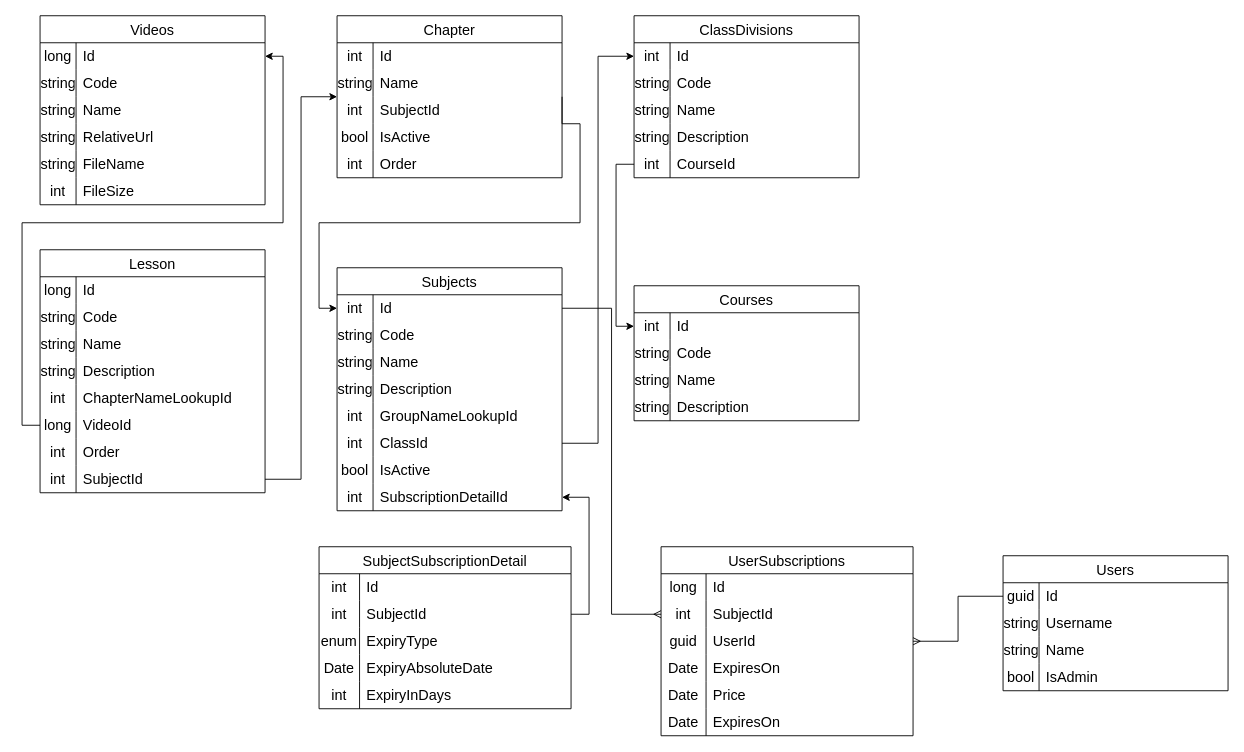
nakulLukan/ELearning keeps this draw.io diagram as er-diagram.drawio. Above is the earlier version. Source tidied: cells renumbered, new cells numbered last; positions are measured from the earlier drawing's top-left corner, leaving out a move shared by most shapes. Both pictures are drawn from the tidied source at 90%, with x=0, y=0 at pixel (22, 15).
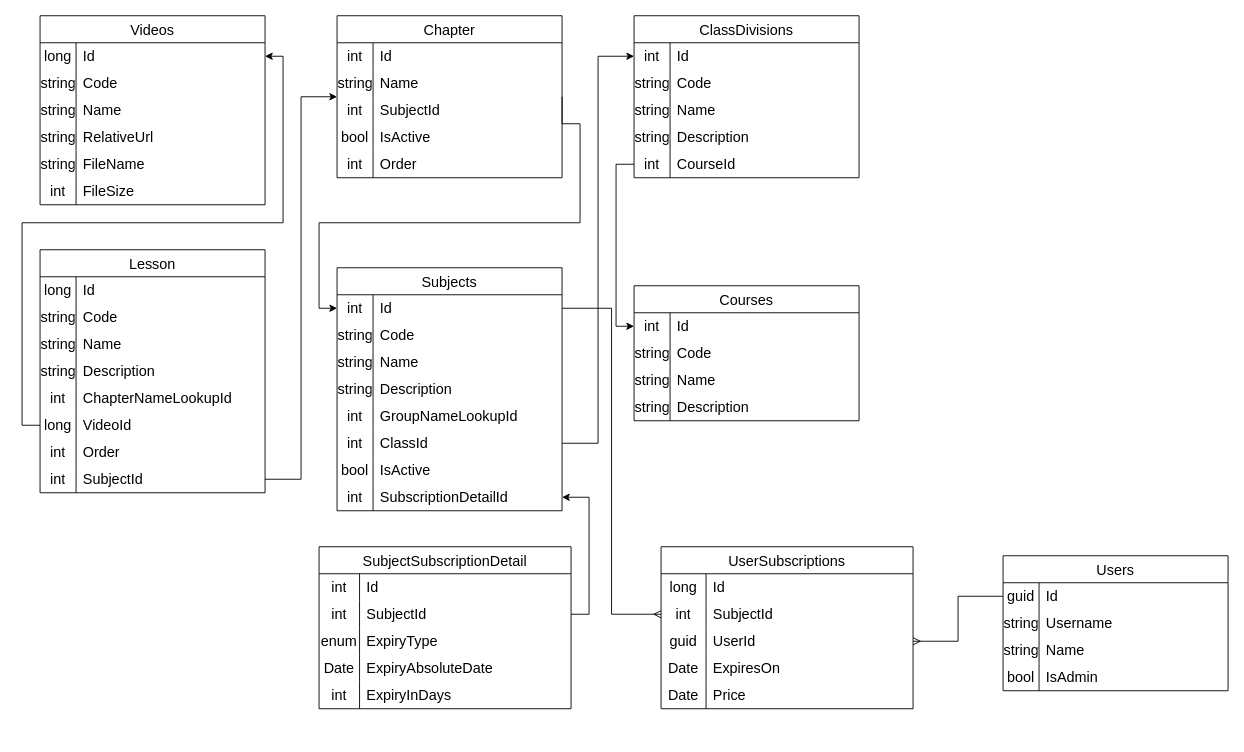
Above is the later version.

Change to the diagram source:
```diff
@@
     <mxCell id="151" value="UserSubscriptions" style="shape=table;startSize=30;childLayout=tableLayout;rowLines=0;fontStyle=0;strokeColor=default;fontSize=16;" parent="1" vertex="1">
-      <mxGeometry x="710" y="590" width="280" height="210" as="geometry" />
+      <mxGeometry x="710" y="590" width="280" height="180" as="geometry" />
     </mxCell>
@@
-    <mxCell id="167" style="shape=tableRow;horizontal=0;startSize=0;swimlaneHead=0;swimlaneBody=0;top=0;left=0;bottom=0;right=0;fillColor=none;strokeColor=inherit;fontSize=16;" parent="151" vertex="1">
-      <mxGeometry y="180" width="280" height="30" as="geometry" />
-    </mxCell>
-    <mxCell id="168" value="Date" style="shape=partialRectangle;html=1;whiteSpace=wrap;fillColor=none;top=0;left=0;bottom=0;right=0;overflow=hidden;strokeColor=inherit;fontSize=16;" parent="167" vertex="1">
-      <mxGeometry width="50" height="30" as="geometry" />
-    </mxCell>
-    <mxCell id="169" value="ExpiresOn" style="shape=partialRectangle;html=1;whiteSpace=wrap;fillColor=none;top=0;left=0;bottom=0;right=0;align=left;spacingLeft=6;overflow=hidden;strokeColor=inherit;fontSize=16;" parent="167" vertex="1">
-      <mxGeometry x="50" width="230" height="30" as="geometry" />
-    </mxCell>
```
